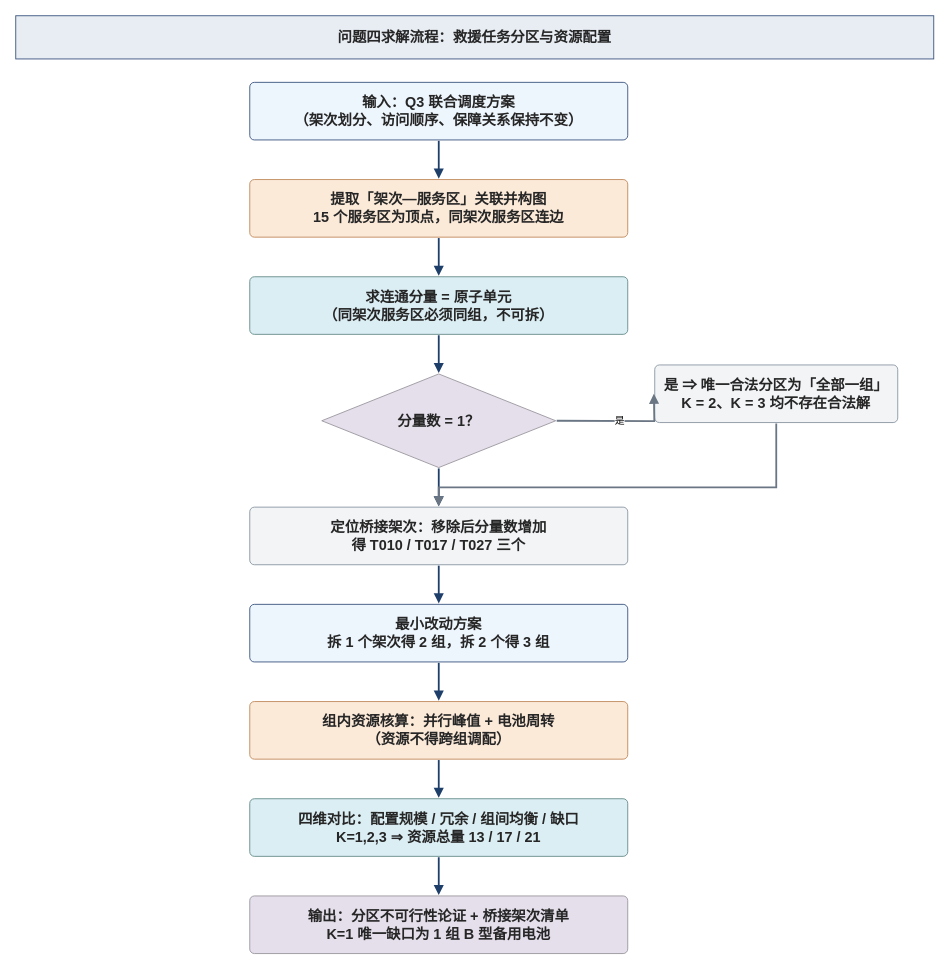
Earlier version of the draw.io diagram otheragent/diagrams/f04_flow.drawio (starfruitsz/MathAgent). Source tidied: cells renumbered, new cells numbered last; positions are measured from the earlier drawing's top-left corner, leaving out a move shared by most shapes. Both pictures are drawn from the tidied source at 90%, with x=0, y=0 at pixel (15, 15).
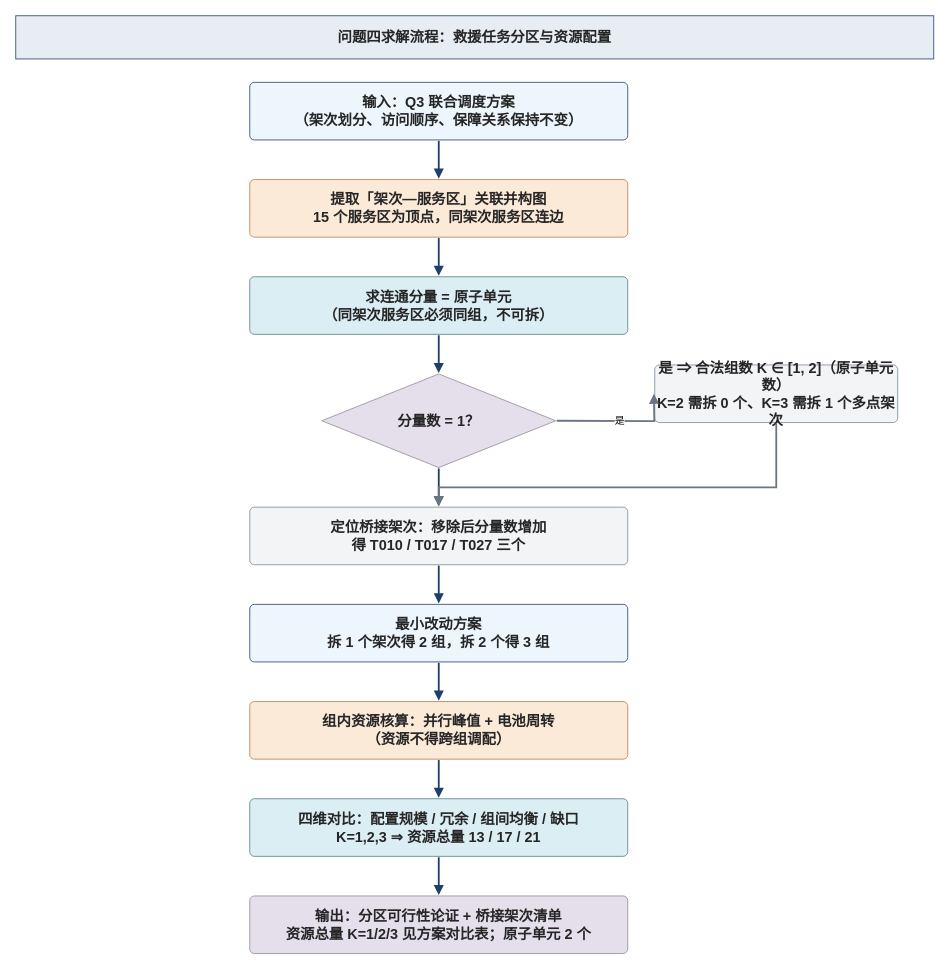
Above is the later version.

Diff of the diagram source:
```diff
@@
-    <mxCell id="10" value="是 ⇒ 唯一合法分区为「全部一组」&lt;br&gt;K = 2、K = 3 均不存在合法解" style="rounded=1;arcSize=8;whiteSpace=wrap;html=1;fillColor=#f2f4f6;strokeColor=#8a97a3;strokeWidth=1;fontSize=16;fontStyle=1;fontColor=#262626;fontFamily=Microsoft YaHei,PingFang SC,Helvetica;align=center;verticalAlign=middle;" parent="1" vertex="1">
+    <mxCell id="10" value="是 ⇒ 合法组数 K ∈ [1, 2]（原子单元数）&lt;br&gt;K=2 需拆 0 个、K=3 需拆 1 个多点架次" style="rounded=1;arcSize=8;whiteSpace=wrap;html=1;fillColor=#f2f4f6;strokeColor=#8a97a3;strokeWidth=1;fontSize=16;fontStyle=1;fontColor=#262626;fontFamily=Microsoft YaHei,PingFang SC,Helvetica;align=center;verticalAlign=middle;" parent="1" vertex="1">
       <mxGeometry x="710" y="388" width="270" height="64" as="geometry" />
     </mxCell>
@@
-    <mxCell id="21" value="输出：分区不可行性论证 + 桥接架次清单&lt;br&gt;K=1 唯一缺口为 1 组 B 型备用电池" style="rounded=1;arcSize=8;whiteSpace=wrap;html=1;fillColor=#e5dfeb;strokeColor=#9b979f;strokeWidth=1;fontSize=16;fontStyle=1;fontColor=#262626;fontFamily=Microsoft YaHei,PingFang SC,Helvetica;align=center;verticalAlign=middle;" parent="1" vertex="1">
+    <mxCell id="21" value="输出：分区可行性论证 + 桥接架次清单&lt;br&gt;资源总量 K=1/2/3 见方案对比表；原子单元 2 个" style="rounded=1;arcSize=8;whiteSpace=wrap;html=1;fillColor=#e5dfeb;strokeColor=#9b979f;strokeWidth=1;fontSize=16;fontStyle=1;fontColor=#262626;fontFamily=Microsoft YaHei,PingFang SC,Helvetica;align=center;verticalAlign=middle;" parent="1" vertex="1">
       <mxGeometry x="260" y="978" width="420" height="64" as="geometry" />
     </mxCell>
```
